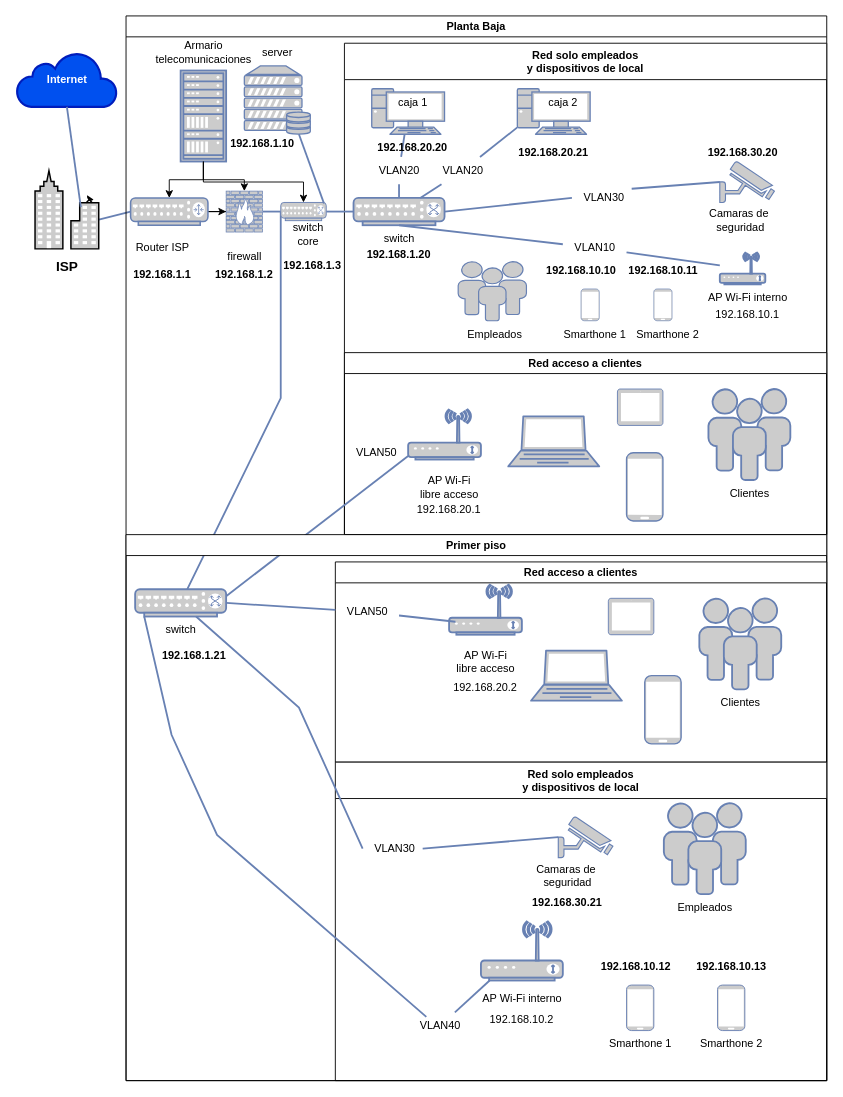
The draw.io diagram diagramaActividad/Diagrama-red5-Melgarejo.drawio in monick96/diagramasVarios, before the edit. Source tidied: cells renumbered, new cells numbered last; positions are measured from the earlier drawing's top-left corner, leaving out a move shared by most shapes. Both pictures are drawn from the tidied source at 91%, with x=0, y=0 at pixel (16, 15).
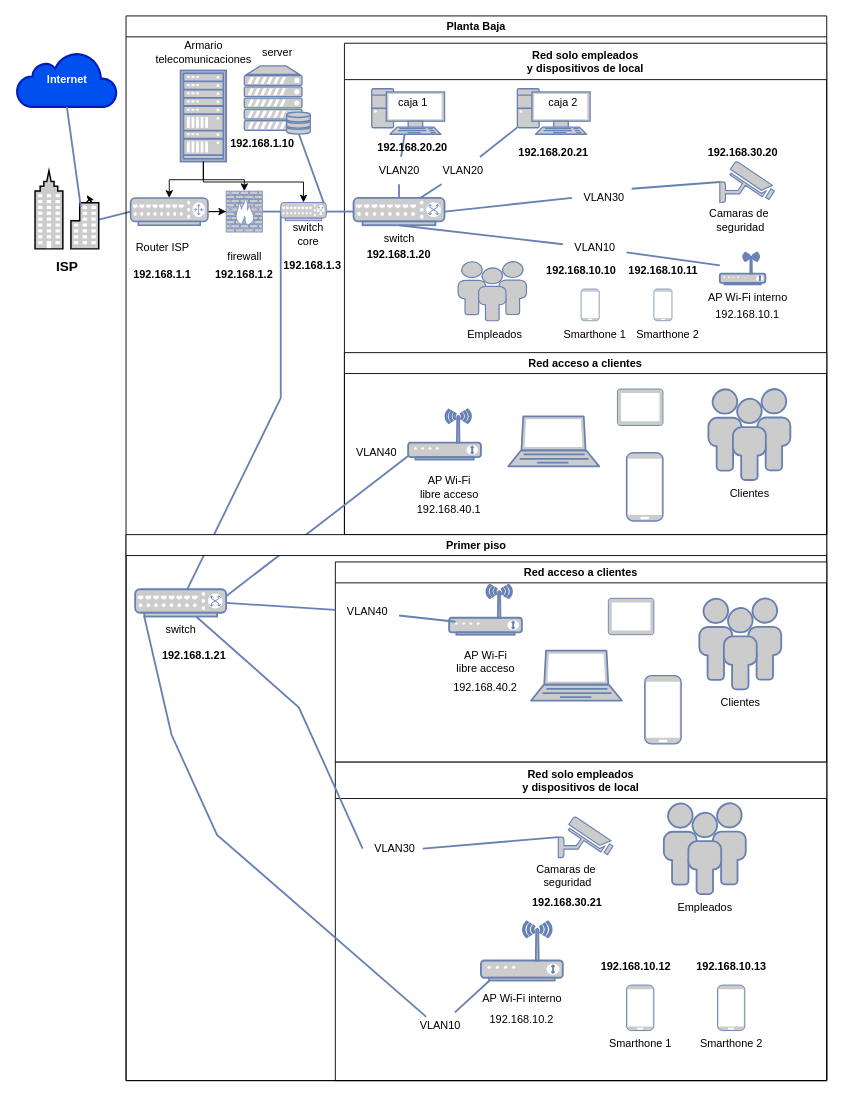
The same page after the edit.

The change refers to these unchanged cells:
```xml
<mxCell id="6" value="Planta Baja" style="swimlane;" parent="1" vertex="1">
  <mxGeometry x="120" width="770" height="1170" as="geometry" />
</mxCell>
<mxCell id="34" value="Red acceso a clientes" style="swimlane;" parent="15" vertex="1">
  <mxGeometry y="340" width="530" height="200" as="geometry" />
</mxCell>
<mxCell id="65" value="Red acceso a clientes" style="swimlane;" parent="64" vertex="1">
  <mxGeometry x="230" y="30" width="540" height="220" as="geometry" />
</mxCell>
<mxCell id="74" value="Red solo empleados &#10;y dispositivos de local" style="swimlane;startSize=40;" parent="64" vertex="1">
  <mxGeometry x="230" y="250" width="540" height="350" as="geometry" />
</mxCell>
```

The edit, as a diff of the source:
```diff
@@
-    <mxCell id="41" value="VLAN50" style="text;html=1;align=center;verticalAlign=middle;strokeColor=none;fillColor=none;" parent="34" vertex="1">
+    <mxCell id="41" value="VLAN40" style="text;html=1;align=center;verticalAlign=middle;strokeColor=none;fillColor=none;" parent="34" vertex="1">
       <mxGeometry y="95" width="70" height="30" as="geometry" />
     </mxCell>
@@
-    <mxCell id="44" value="&lt;table&gt;&lt;tbody&gt;&lt;tr&gt;&lt;td&gt;192.168.20.1&lt;/td&gt;&lt;/tr&gt;&lt;tr&gt;&lt;td&gt;&lt;/td&gt;&lt;/tr&gt;&lt;/tbody&gt;&lt;/table&gt;" style="text;html=1;align=center;verticalAlign=middle;whiteSpace=wrap;rounded=0;" parent="34" vertex="1">
+    <mxCell id="44" value="&lt;table&gt;&lt;tbody&gt;&lt;tr&gt;&lt;td&gt;192.168.40.1&lt;/td&gt;&lt;/tr&gt;&lt;tr&gt;&lt;td&gt;&lt;/td&gt;&lt;/tr&gt;&lt;/tbody&gt;&lt;/table&gt;" style="text;html=1;align=center;verticalAlign=middle;whiteSpace=wrap;rounded=0;" parent="34" vertex="1">
       <mxGeometry x="95" y="165" width="40" height="20" as="geometry" />
     </mxCell>
@@
-    <mxCell id="73" value="&lt;table&gt;&lt;tbody&gt;&lt;tr&gt;&lt;td&gt;192.168.20.2&lt;/td&gt;&lt;/tr&gt;&lt;tr&gt;&lt;td&gt;&lt;/td&gt;&lt;/tr&gt;&lt;/tbody&gt;&lt;/table&gt;" style="text;html=1;align=center;verticalAlign=middle;whiteSpace=wrap;rounded=0;" parent="65" vertex="1">
+    <mxCell id="73" value="&lt;table&gt;&lt;tbody&gt;&lt;tr&gt;&lt;td&gt;192.168.40.2&lt;/td&gt;&lt;/tr&gt;&lt;tr&gt;&lt;td&gt;&lt;/td&gt;&lt;/tr&gt;&lt;/tbody&gt;&lt;/table&gt;" style="text;html=1;align=center;verticalAlign=middle;whiteSpace=wrap;rounded=0;" parent="65" vertex="1">
       <mxGeometry x="145" y="130" width="40" height="20" as="geometry" />
     </mxCell>
@@
-    <mxCell id="86" value="VLAN40" style="text;html=1;align=center;verticalAlign=middle;points=[];strokeColor=none;fillColor=none;" parent="74" vertex="1">
+    <mxCell id="86" value="VLAN10" style="text;html=1;align=center;verticalAlign=middle;points=[];strokeColor=none;fillColor=none;" parent="74" vertex="1">
       <mxGeometry x="80" y="275" width="70" height="30" as="geometry" />
     </mxCell>
@@
-    <mxCell id="99" value="VLAN50" style="text;html=1;align=center;verticalAlign=middle;points=[];strokeColor=none;fillColor=none;" parent="6" vertex="1">
+    <mxCell id="99" value="VLAN40" style="text;html=1;align=center;verticalAlign=middle;points=[];strokeColor=none;fillColor=none;" parent="6" vertex="1">
       <mxGeometry x="230" y="640" width="70" height="30" as="geometry" />
     </mxCell>
```
